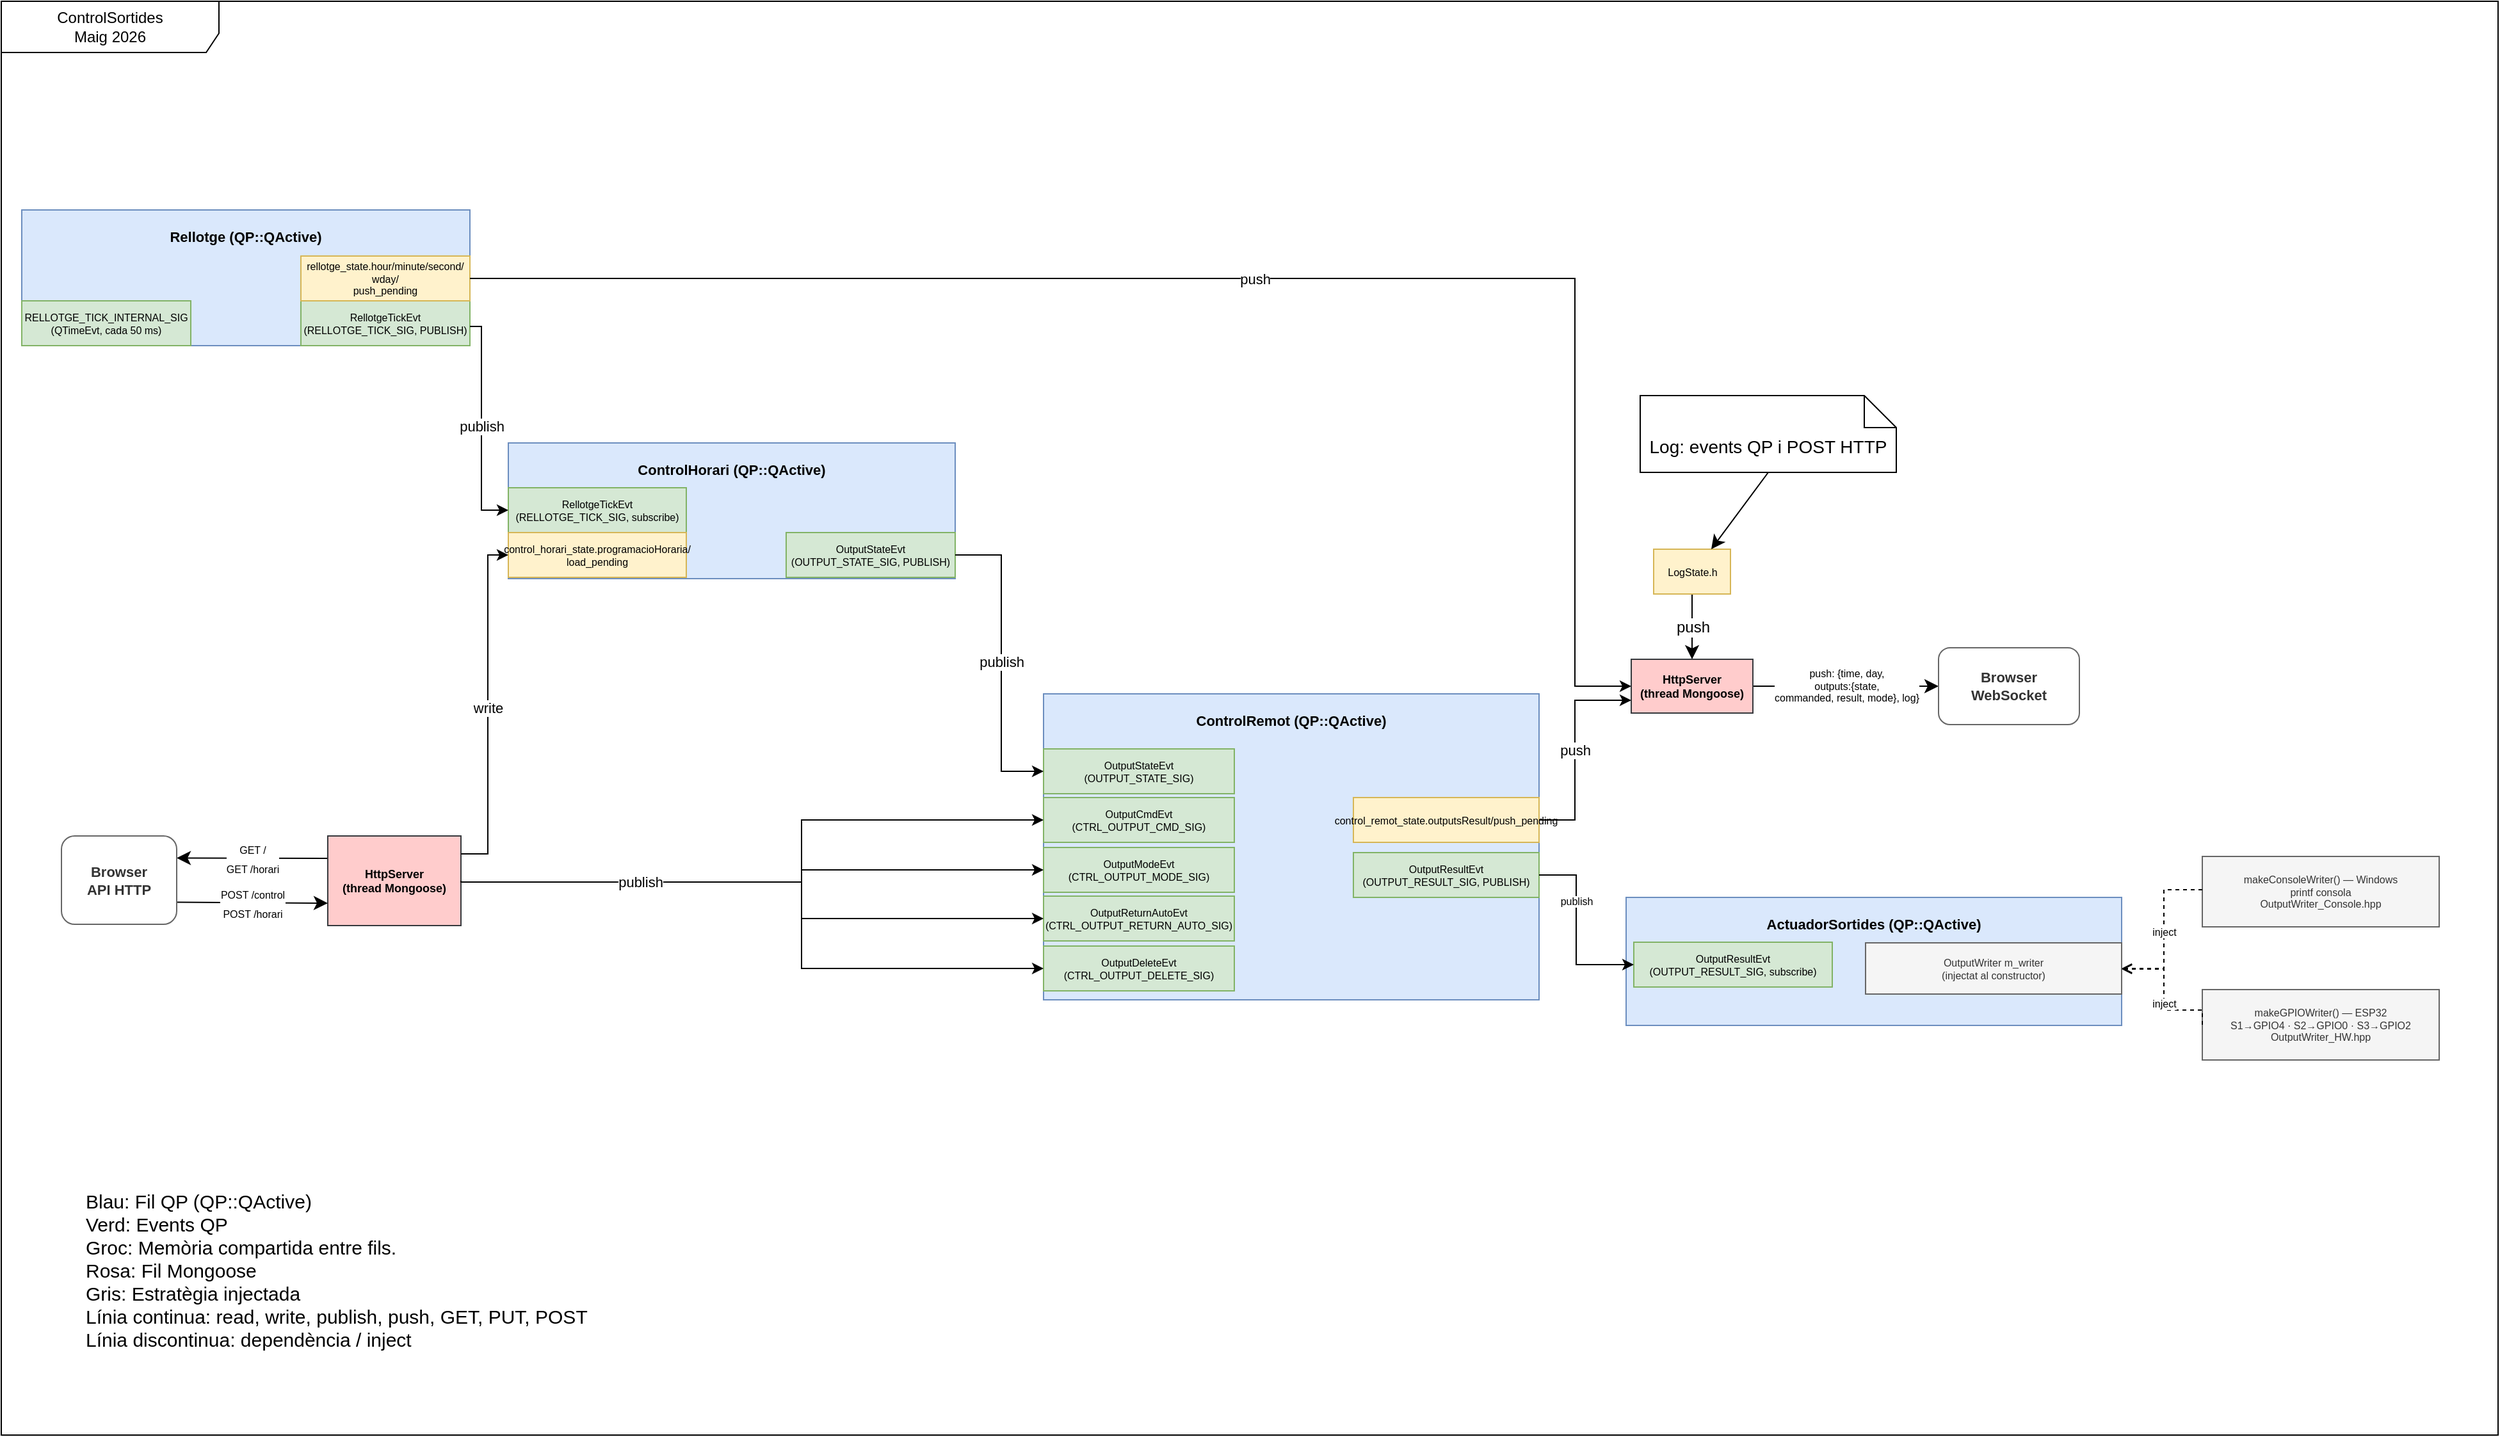
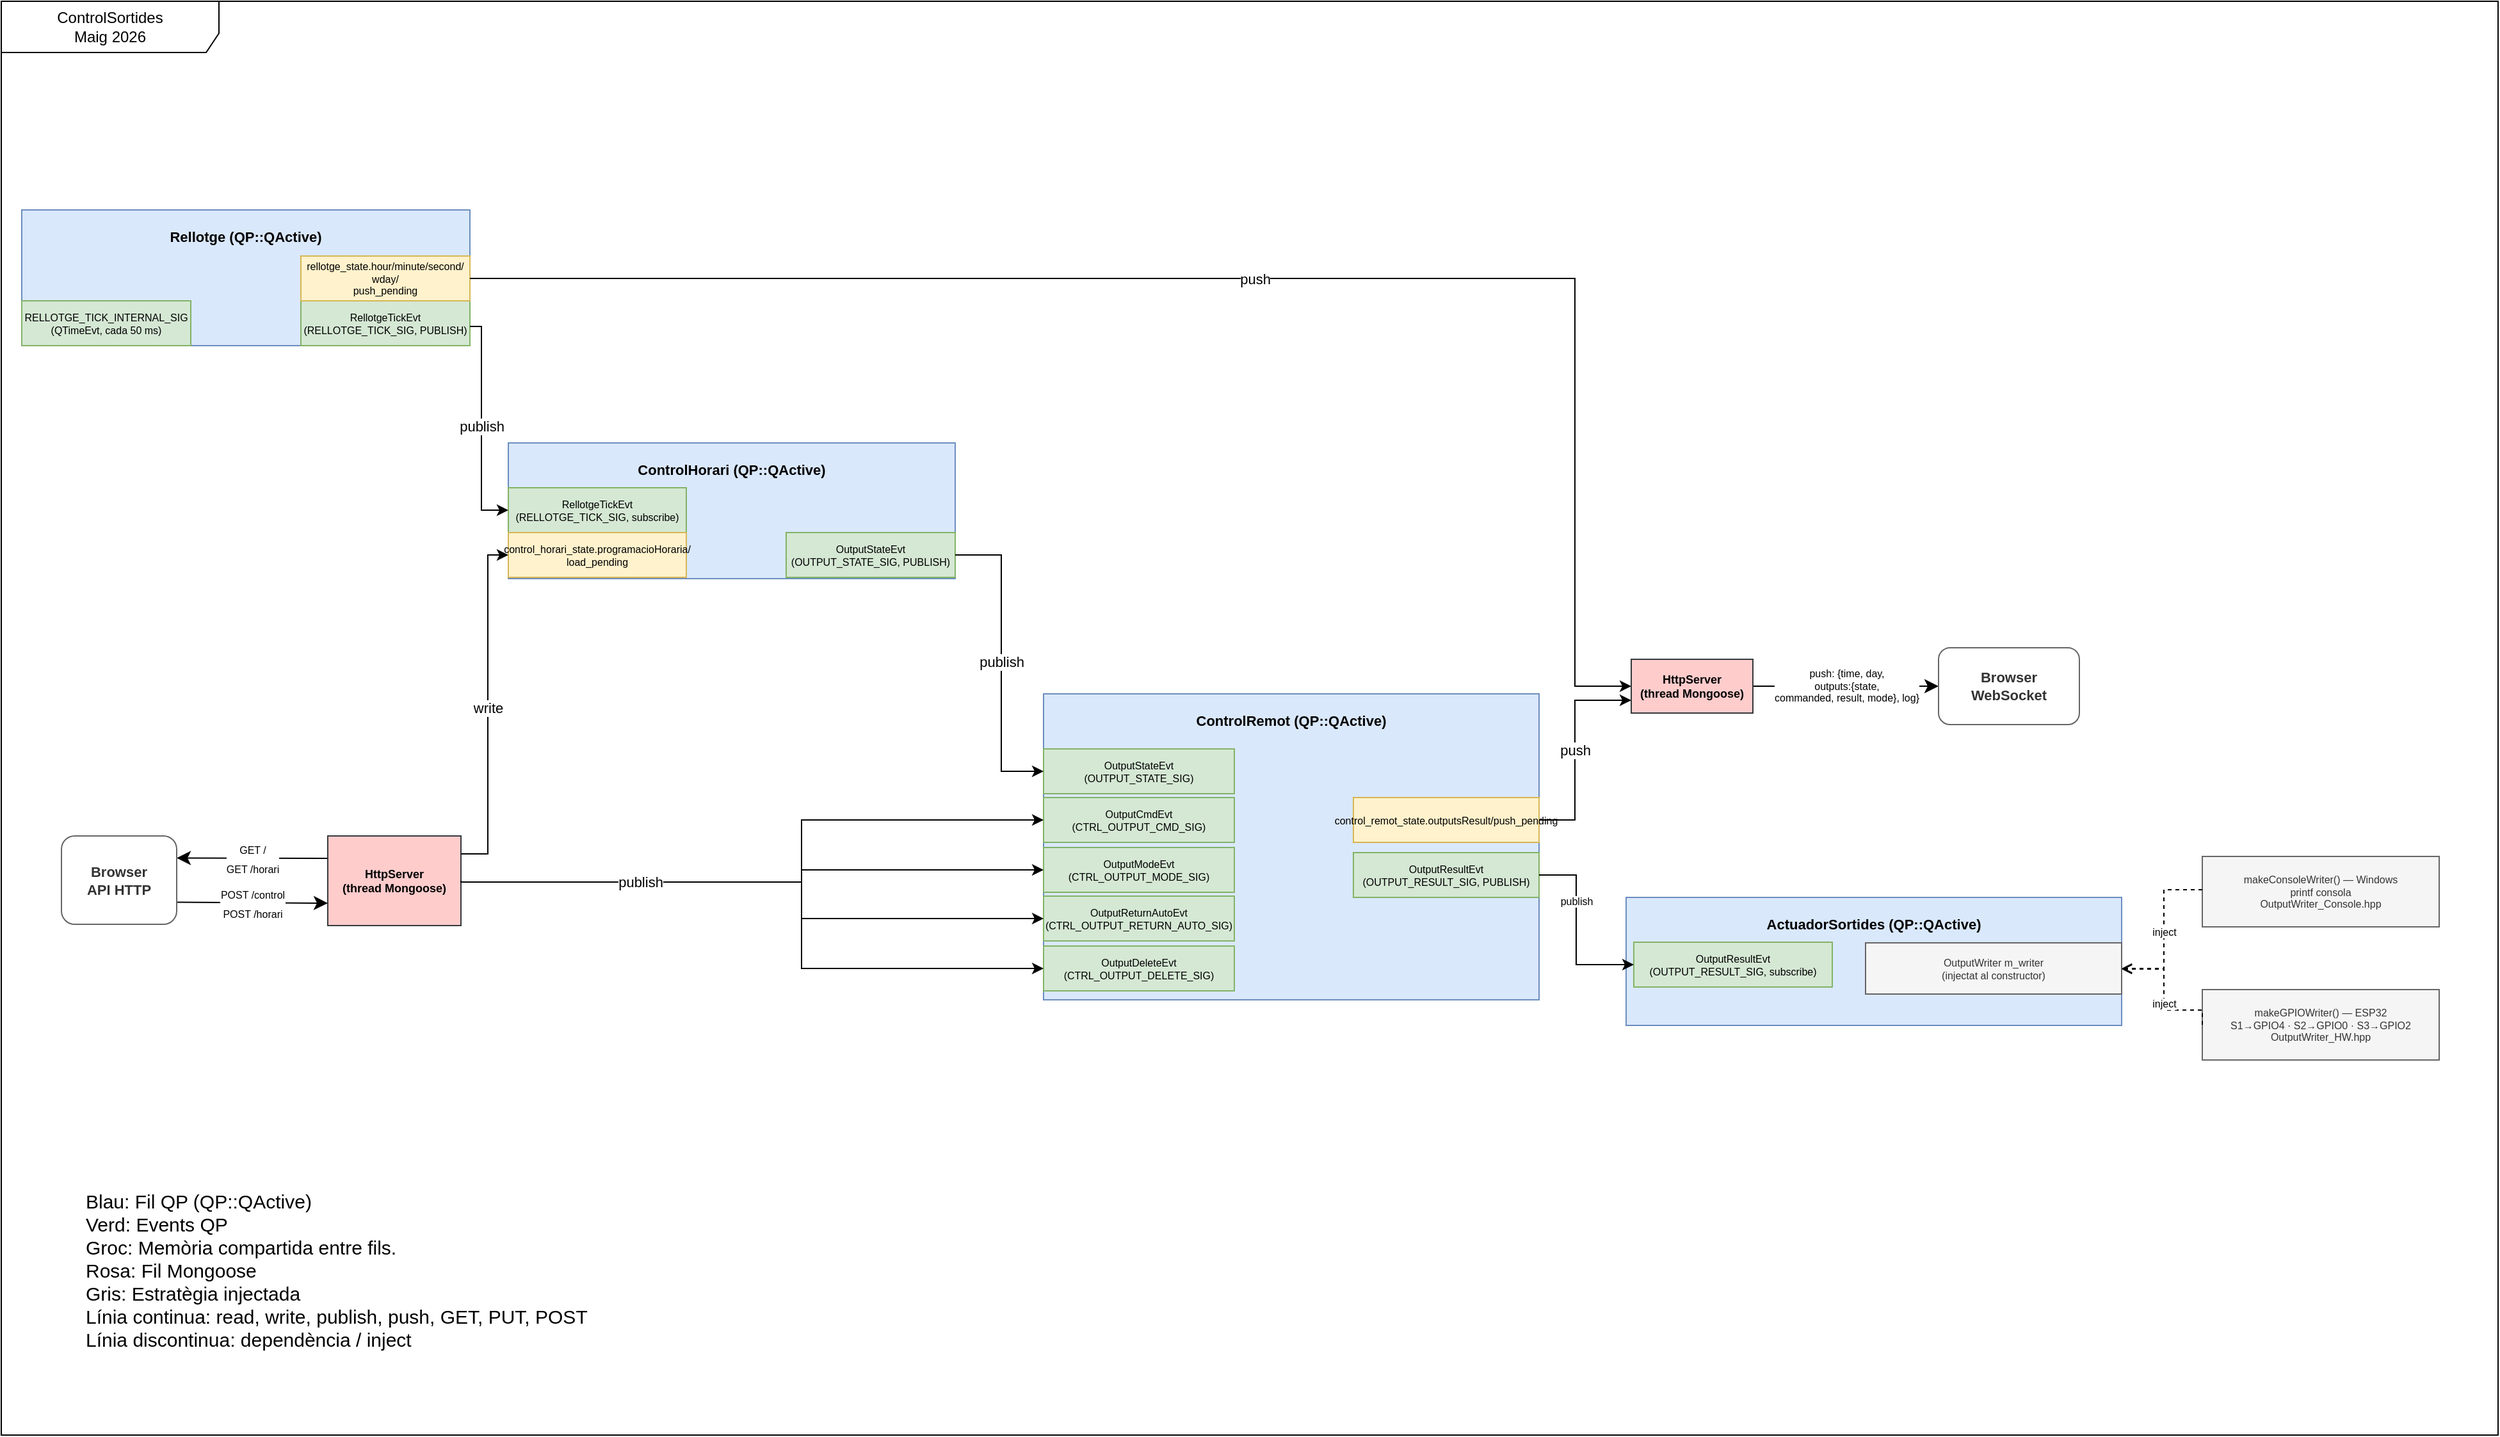
<mxfile host="Electron" agent="Mozilla/5.0 (Windows NT 10.0; Win64; x64) AppleWebKit/537.36 (KHTML, like Gecko) draw.io/28.2.8 Chrome/140.0.7339.240 Electron/38.4.0 Safari/537.36" version="28.2.8">
  <diagram name="ControlRemot" id="controlremot">
-     <mxGraphModel dx="1713" dy="1105" grid="1" gridSize="10" guides="1" tooltips="1" connect="1" arrows="1" fold="1" page="1" pageScale="1" pageWidth="2336" pageHeight="1654" math="0" shadow="0">
+     <mxGraphModel dx="1469" dy="947" grid="1" gridSize="10" guides="1" tooltips="1" connect="1" arrows="1" fold="1" page="1" pageScale="1" pageWidth="2336" pageHeight="1654" math="0" shadow="0">
      <root>
        <mxCell id="0" />
        <mxCell id="1" parent="0" />
        <mxCell id="hFHh7xch7r8VRYxtVC4N-1" value="&lt;span style=&quot;color: rgb(0, 0, 0); font-family: Helvetica; font-size: 8px; font-style: normal; font-variant-ligatures: normal; font-variant-caps: normal; font-weight: 400; letter-spacing: normal; orphans: 2; text-align: center; text-indent: 0px; text-transform: none; widows: 2; word-spacing: 0px; -webkit-text-stroke-width: 0px; white-space: nowrap; background-color: rgb(255, 255, 255); text-decoration-thickness: initial; text-decoration-style: initial; text-decoration-color: initial; display: inline !important; float: none;&quot;&gt;GET /&lt;/span&gt;&lt;br style=&quot;forced-color-adjust: none; color: rgb(0, 0, 0); font-family: Helvetica; font-size: 8px; font-style: normal; font-variant-ligatures: normal; font-variant-caps: normal; font-weight: 400; letter-spacing: normal; orphans: 2; text-align: center; text-indent: 0px; text-transform: none; widows: 2; word-spacing: 0px; -webkit-text-stroke-width: 0px; white-space: nowrap; text-decoration-thickness: initial; text-decoration-style: initial; text-decoration-color: initial;&quot;&gt;&lt;span style=&quot;color: rgb(0, 0, 0); font-family: Helvetica; font-size: 8px; font-style: normal; font-variant-ligatures: normal; font-variant-caps: normal; font-weight: 400; letter-spacing: normal; orphans: 2; text-align: center; text-indent: 0px; text-transform: none; widows: 2; word-spacing: 0px; -webkit-text-stroke-width: 0px; white-space: nowrap; background-color: rgb(255, 255, 255); text-decoration-thickness: initial; text-decoration-style: initial; text-decoration-color: initial; display: inline !important; float: none;&quot;&gt;GET /horari&lt;/span&gt;" style="edgeStyle=none;curved=1;rounded=0;orthogonalLoop=1;jettySize=auto;html=1;exitX=0;exitY=0.25;exitDx=0;exitDy=0;entryX=1;entryY=0.25;entryDx=0;entryDy=0;fontSize=12;startSize=8;endSize=8;" parent="1" source="http" target="nPEGExYc4R3wSkc33mew-3" edge="1">
          <mxGeometry relative="1" as="geometry" />
        </mxCell>
        <mxCell id="http" value="HttpServer&#xa;(thread Mongoose)" style="rounded=0;whiteSpace=wrap;html=1;fillColor=#ffcccc;strokeColor=#36393d;fontSize=9;fontStyle=1" parent="1" vertex="1">
          <mxGeometry x="435" y="806" width="104" height="70" as="geometry" />
        </mxCell>
        <mxCell id="nPEGExYc4R3wSkc33mew-6" value="push: {time, day,&lt;br&gt;outputs:{state,&lt;br&gt;commanded, result, mode}, log}" style="edgeStyle=none;curved=1;rounded=0;orthogonalLoop=1;jettySize=auto;html=1;exitX=1;exitY=0.5;exitDx=0;exitDy=0;fontSize=8;startSize=8;endSize=8;startArrow=none;startFill=0;" parent="1" source="ws" target="nPEGExYc4R3wSkc33mew-5" edge="1">
          <mxGeometry relative="1" as="geometry" />
        </mxCell>
        <mxCell id="ws" value="HttpServer&lt;br&gt;(thread Mongoose)" style="rounded=0;whiteSpace=wrap;html=1;fillColor=#ffcccc;strokeColor=#36393d;fontSize=9;fontStyle=1" parent="1" vertex="1">
          <mxGeometry x="1453" y="668" width="95" height="42" as="geometry" />
        </mxCell>
        <mxCell id="ch" value="ControlHorari (QP::QActive)" style="rounded=0;whiteSpace=wrap;html=1;fillColor=#dae8fc;strokeColor=#6c8ebf;fontSize=11;fontStyle=1;verticalAlign=top;spacingTop=8" parent="1" vertex="1">
          <mxGeometry x="576" y="499" width="349" height="106" as="geometry" />
        </mxCell>
        <mxCell id="ch_tick" value="RellotgeTickEvt&#xa;(RELLOTGE_TICK_SIG, subscribe)" style="rounded=0;whiteSpace=wrap;html=1;fillColor=#d5e8d4;strokeColor=#82b366;fontSize=8" parent="1" vertex="1">
          <mxGeometry x="576" y="534" width="139" height="35" as="geometry" />
        </mxCell>
        <mxCell id="ch_reload" value="control_horari_state.programacioHoraria/&lt;div&gt;load_pending&lt;/div&gt;" style="rounded=0;whiteSpace=wrap;html=1;fillColor=#fff2cc;strokeColor=#d6b656;fontSize=8" parent="1" vertex="1">
          <mxGeometry x="576" y="569" width="139" height="35" as="geometry" />
        </mxCell>
        <mxCell id="ch_out_io" value="OutputStateEvt&#xa;(OUTPUT_STATE_SIG, PUBLISH)" style="rounded=0;whiteSpace=wrap;html=1;fillColor=#d5e8d4;strokeColor=#82b366;fontSize=8" parent="1" vertex="1">
          <mxGeometry x="793" y="569" width="132" height="35" as="geometry" />
        </mxCell>
        <mxCell id="rl" value="Rellotge (QP::QActive)" style="rounded=0;whiteSpace=wrap;html=1;fillColor=#dae8fc;strokeColor=#6c8ebf;fontSize=11;fontStyle=1;verticalAlign=top;spacingTop=8" parent="1" vertex="1">
          <mxGeometry x="196" y="317" width="350" height="106" as="geometry" />
        </mxCell>
        <mxCell id="rl_tick" value="RELLOTGE_TICK_INTERNAL_SIG&#xa;(QTimeEvt, cada 50 ms)" style="rounded=0;whiteSpace=wrap;html=1;fillColor=#d5e8d4;strokeColor=#82b366;fontSize=8" parent="1" vertex="1">
          <mxGeometry x="196" y="388" width="132" height="35" as="geometry" />
        </mxCell>
        <mxCell id="rl_out_pub" value="RellotgeTickEvt&#xa;(RELLOTGE_TICK_SIG, PUBLISH)" style="rounded=0;whiteSpace=wrap;html=1;fillColor=#d5e8d4;strokeColor=#82b366;fontSize=8" parent="1" vertex="1">
          <mxGeometry x="414" y="388" width="132" height="35" as="geometry" />
        </mxCell>
        <mxCell id="rl_out_ss" value="rellotge_state.hour/minute/second/&lt;div&gt;wday/&lt;div&gt;push_pending&lt;/div&gt;&lt;/div&gt;" style="rounded=0;whiteSpace=wrap;html=1;fillColor=#fff2cc;strokeColor=#d6b656;fontSize=8" parent="1" vertex="1">
          <mxGeometry x="414" y="353" width="132" height="35" as="geometry" />
        </mxCell>
        <mxCell id="cr" value="ControlRemot (QP::QActive)" style="rounded=0;whiteSpace=wrap;html=1;fillColor=#dae8fc;strokeColor=#6c8ebf;fontSize=11;fontStyle=1;verticalAlign=top;spacingTop=8" parent="1" vertex="1">
          <mxGeometry x="994" y="695" width="387" height="239" as="geometry" />
        </mxCell>
        <mxCell id="in_io" value="OutputStateEvt&#xa;(OUTPUT_STATE_SIG)" style="rounded=0;whiteSpace=wrap;html=1;fillColor=#d5e8d4;strokeColor=#82b366;fontSize=8" parent="1" vertex="1">
          <mxGeometry x="994" y="738" width="149" height="35" as="geometry" />
        </mxCell>
        <mxCell id="in_cmd" value="OutputCmdEvt&#xa;(CTRL_OUTPUT_CMD_SIG)" style="rounded=0;whiteSpace=wrap;html=1;fillColor=#d5e8d4;strokeColor=#82b366;fontSize=8" parent="1" vertex="1">
          <mxGeometry x="994" y="776" width="149" height="35" as="geometry" />
        </mxCell>
        <mxCell id="in_mode" value="OutputModeEvt&#xa;(CTRL_OUTPUT_MODE_SIG)" style="rounded=0;whiteSpace=wrap;html=1;fillColor=#d5e8d4;strokeColor=#82b366;fontSize=8" parent="1" vertex="1">
          <mxGeometry x="994" y="815" width="149" height="35" as="geometry" />
        </mxCell>
        <mxCell id="in_ret" value="OutputReturnAutoEvt&#xa;(CTRL_OUTPUT_RETURN_AUTO_SIG)" style="rounded=0;whiteSpace=wrap;html=1;fillColor=#d5e8d4;strokeColor=#82b366;fontSize=8" parent="1" vertex="1">
          <mxGeometry x="994" y="853" width="149" height="35" as="geometry" />
        </mxCell>
        <mxCell id="in_del" value="OutputDeleteEvt&#xa;(CTRL_OUTPUT_DELETE_SIG)" style="rounded=0;whiteSpace=wrap;html=1;fillColor=#d5e8d4;strokeColor=#82b366;fontSize=8" parent="1" vertex="1">
          <mxGeometry x="994" y="892" width="149" height="35" as="geometry" />
        </mxCell>
        <mxCell id="out_pub" value="OutputResultEvt&#xa;(OUTPUT_RESULT_SIG, PUBLISH)" style="rounded=0;whiteSpace=wrap;html=1;fillColor=#d5e8d4;strokeColor=#82b366;fontSize=8" parent="1" vertex="1">
          <mxGeometry x="1236" y="819" width="145" height="35" as="geometry" />
        </mxCell>
        <mxCell id="out_ss" value="control_remot_state.outputsResult/push_pending" style="rounded=0;whiteSpace=wrap;html=1;fillColor=#fff2cc;strokeColor=#d6b656;fontSize=8" parent="1" vertex="1">
          <mxGeometry x="1236" y="776" width="145" height="35" as="geometry" />
        </mxCell>
        <mxCell id="e1" style="edgeStyle=orthogonalEdgeStyle;rounded=0;html=1;exitX=1;exitY=0.5;entryX=0;entryY=0.5" parent="1" source="http" target="in_cmd" edge="1">
          <mxGeometry relative="1" as="geometry">
            <Array as="points">
              <mxPoint x="805" y="842" />
              <mxPoint x="805" y="794" />
            </Array>
          </mxGeometry>
        </mxCell>
        <mxCell id="e2" style="edgeStyle=orthogonalEdgeStyle;rounded=0;html=1;exitX=1;exitY=0.5;entryX=0;entryY=0.5" parent="1" source="http" target="in_mode" edge="1">
          <mxGeometry relative="1" as="geometry">
            <Array as="points">
              <mxPoint x="805" y="842" />
              <mxPoint x="805" y="832" />
            </Array>
          </mxGeometry>
        </mxCell>
        <mxCell id="e3" style="edgeStyle=orthogonalEdgeStyle;rounded=0;html=1;exitX=1;exitY=0.5;entryX=0;entryY=0.5" parent="1" source="http" target="in_ret" edge="1">
          <mxGeometry relative="1" as="geometry">
            <Array as="points">
              <mxPoint x="539" y="842" />
              <mxPoint x="805" y="842" />
              <mxPoint x="805" y="871" />
            </Array>
          </mxGeometry>
        </mxCell>
        <mxCell id="e4" value="publish" style="edgeStyle=orthogonalEdgeStyle;rounded=0;html=1;exitX=1;exitY=0.5;entryX=0;entryY=0.5" parent="1" source="http" target="in_del" edge="1">
          <mxGeometry x="-0.4614" relative="1" as="geometry">
            <Array as="points">
              <mxPoint x="539" y="842" />
              <mxPoint x="805" y="842" />
              <mxPoint x="805" y="909" />
            </Array>
            <mxPoint as="offset" />
          </mxGeometry>
        </mxCell>
        <mxCell id="e5" value="push" style="edgeStyle=orthogonalEdgeStyle;rounded=0;html=1;exitX=1;exitY=0.5;entryX=0;entryY=0.75;entryDx=0;entryDy=0;" parent="1" source="out_ss" target="ws" edge="1">
          <mxGeometry relative="1" as="geometry">
            <Array as="points">
              <mxPoint x="1409" y="794" />
              <mxPoint x="1409" y="700" />
              <mxPoint x="1453" y="700" />
            </Array>
          </mxGeometry>
        </mxCell>
        <mxCell id="e6" value="write" style="edgeStyle=orthogonalEdgeStyle;rounded=0;html=1;exitX=1;exitY=0.2;entryX=0;entryY=0.5" parent="1" source="http" target="ch_reload" edge="1">
          <mxGeometry relative="1" as="geometry">
            <Array as="points">
              <mxPoint x="560" y="820" />
              <mxPoint x="560" y="587" />
            </Array>
          </mxGeometry>
        </mxCell>
        <mxCell id="e7" value="publish" style="edgeStyle=orthogonalEdgeStyle;rounded=0;html=1;exitX=1;exitY=0.5;entryX=0;entryY=0.5;entryDx=0;entryDy=0;" parent="1" source="ch_out_io" target="in_io" edge="1">
          <mxGeometry relative="1" as="geometry">
            <Array as="points">
              <mxPoint x="961" y="587" />
              <mxPoint x="961" y="755" />
            </Array>
          </mxGeometry>
        </mxCell>
        <mxCell id="e10" value="publish" style="edgeStyle=orthogonalEdgeStyle;rounded=0;html=1;entryX=0;entryY=0.5;entryDx=0;entryDy=0;" parent="1" source="rl_out_pub" target="ch_tick" edge="1">
          <mxGeometry relative="1" as="geometry">
            <Array as="points">
              <mxPoint x="555" y="408" />
              <mxPoint x="555" y="552" />
            </Array>
          </mxGeometry>
        </mxCell>
        <mxCell id="e8" value="push" style="edgeStyle=orthogonalEdgeStyle;rounded=0;html=1;exitX=1;exitY=0.5;entryX=0;entryY=0.5;entryDx=0;entryDy=0;" parent="1" source="rl_out_ss" target="ws" edge="1">
          <mxGeometry relative="1" as="geometry">
            <Array as="points">
              <mxPoint x="1409" y="371" />
              <mxPoint x="1409" y="689" />
            </Array>
          </mxGeometry>
        </mxCell>
        <mxCell id="hFHh7xch7r8VRYxtVC4N-2" value="&lt;span style=&quot;color: rgb(0, 0, 0); font-family: Helvetica; font-size: 8px; font-style: normal; font-variant-ligatures: normal; font-variant-caps: normal; font-weight: 400; letter-spacing: normal; orphans: 2; text-align: center; text-indent: 0px; text-transform: none; widows: 2; word-spacing: 0px; -webkit-text-stroke-width: 0px; white-space: nowrap; background-color: rgb(255, 255, 255); text-decoration-thickness: initial; text-decoration-style: initial; text-decoration-color: initial; display: inline !important; float: none;&quot;&gt;POST /control&lt;/span&gt;&lt;div&gt;&lt;span style=&quot;font-size: 8px;&quot;&gt;POST /horari&lt;/span&gt;&lt;/div&gt;" style="edgeStyle=none;curved=1;rounded=0;orthogonalLoop=1;jettySize=auto;html=1;exitX=1;exitY=0.75;exitDx=0;exitDy=0;entryX=0;entryY=0.75;entryDx=0;entryDy=0;fontSize=12;startSize=8;endSize=8;" parent="1" source="nPEGExYc4R3wSkc33mew-3" target="http" edge="1">
          <mxGeometry relative="1" as="geometry" />
        </mxCell>
        <mxCell id="nPEGExYc4R3wSkc33mew-3" value="&lt;b&gt;Browser&lt;/b&gt;&lt;div&gt;&lt;b&gt;API HTTP&lt;/b&gt;&lt;/div&gt;" style="rounded=1;whiteSpace=wrap;html=1;fillColor=#ffffff;strokeColor=#666666;fontColor=#333333;fontSize=11;" parent="1" vertex="1">
          <mxGeometry x="227" y="806" width="90" height="69" as="geometry" />
        </mxCell>
        <mxCell id="nPEGExYc4R3wSkc33mew-5" value="&lt;b&gt;Browser&lt;/b&gt;&lt;div&gt;&lt;b&gt;WebSocket&lt;/b&gt;&lt;/div&gt;" style="rounded=1;whiteSpace=wrap;html=1;fillColor=#ffffff;strokeColor=#666666;fontColor=#333333;fontSize=11;" parent="1" vertex="1">
          <mxGeometry x="1693" y="659" width="110" height="60" as="geometry" />
        </mxCell>
-         <mxCell id="jaKRlGInz0ltfFADGkvu-2" value="push" style="edgeStyle=none;curved=1;rounded=0;orthogonalLoop=1;jettySize=auto;html=1;exitX=0.5;exitY=1;exitDx=0;exitDy=0;entryX=0.5;entryY=0;entryDx=0;entryDy=0;fontSize=12;startSize=8;endSize=8;" parent="1" source="jaKRlGInz0ltfFADGkvu-1" target="ws" edge="1">
-           <mxGeometry relative="1" as="geometry" />
-         </mxCell>
-         <mxCell id="jaKRlGInz0ltfFADGkvu-1" value="LogState.h" style="rounded=0;whiteSpace=wrap;html=1;fillColor=#fff2cc;strokeColor=#d6b656;fontSize=8" parent="1" vertex="1">
-           <mxGeometry x="1470.5" y="582" width="60" height="35" as="geometry" />
-         </mxCell>
-         <mxCell id="jaKRlGInz0ltfFADGkvu-4" style="edgeStyle=none;curved=1;rounded=0;orthogonalLoop=1;jettySize=auto;html=1;exitX=0.5;exitY=1;exitDx=0;exitDy=0;exitPerimeter=0;entryX=0.75;entryY=0;entryDx=0;entryDy=0;fontSize=12;startSize=8;endSize=8;" parent="1" source="jaKRlGInz0ltfFADGkvu-3" target="jaKRlGInz0ltfFADGkvu-1" edge="1">
-           <mxGeometry relative="1" as="geometry" />
-         </mxCell>
-         <mxCell id="jaKRlGInz0ltfFADGkvu-3" value="&lt;font style=&quot;font-size: 14px;&quot;&gt;Log: events QP i POST HTTP&lt;/font&gt;" style="shape=note2;boundedLbl=1;whiteSpace=wrap;html=1;size=25;verticalAlign=top;align=center;" parent="1" vertex="1">
-           <mxGeometry x="1460" y="462" width="200" height="60" as="geometry" />
-         </mxCell>
        <mxCell id="jaKRlGInz0ltfFADGkvu-5" value="ControlSortides&lt;div&gt;Maig 2026&lt;/div&gt;" style="shape=umlFrame;whiteSpace=wrap;html=1;pointerEvents=0;recursiveResize=0;container=1;collapsible=0;width=170;height=40;" parent="1" vertex="1">
          <mxGeometry x="180" y="154" width="1950" height="1120" as="geometry" />
        </mxCell>
-         <mxCell id="IJb5zE0oGNF-HTFJebx6-1" value="&lt;div&gt;&lt;font style=&quot;font-size: 15px;&quot;&gt;Blau: Fil QP (QP::QActive)&lt;/font&gt;&lt;/div&gt;&lt;div&gt;&lt;font style=&quot;font-size: 15px;&quot;&gt;Verd: Events QP&lt;/font&gt;&lt;/div&gt;&lt;div&gt;&lt;span style=&quot;font-size: 15px;&quot;&gt;Groc: Memòria compartida entre fils.&lt;/span&gt;&lt;/div&gt;&lt;div&gt;&lt;font style=&quot;font-size: 15px;&quot;&gt;Rosa: Fil Mongoose&lt;/font&gt;&lt;/div&gt;&lt;div&gt;&lt;font style=&quot;font-size: 15px;&quot;&gt;Gris: Estratègia injectada&lt;/font&gt;&lt;/div&gt;&lt;div&gt;&lt;font style=&quot;font-size: 15px;&quot;&gt;Línia continua: read, write, publish, push, GET, PUT, POST&lt;/font&gt;&lt;/div&gt;&lt;div&gt;&lt;font style=&quot;font-size: 15px;&quot;&gt;Línia discontinua: dependència / inject&lt;/font&gt;&lt;/div&gt;" style="text;strokeColor=none;fillColor=none;align=left;verticalAlign=middle;spacingLeft=4;spacingRight=4;overflow=hidden;whiteSpace=wrap;html=1;" vertex="1" parent="jaKRlGInz0ltfFADGkvu-5">
+         <mxCell id="IJb5zE0oGNF-HTFJebx6-1" value="&lt;div&gt;&lt;font style=&quot;font-size: 15px;&quot;&gt;Blau: Fil QP (QP::QActive)&lt;/font&gt;&lt;/div&gt;&lt;div&gt;&lt;font style=&quot;font-size: 15px;&quot;&gt;Verd: Events QP&lt;/font&gt;&lt;/div&gt;&lt;div&gt;&lt;span style=&quot;font-size: 15px;&quot;&gt;Groc: Memòria compartida entre fils.&lt;/span&gt;&lt;/div&gt;&lt;div&gt;&lt;font style=&quot;font-size: 15px;&quot;&gt;Rosa: Fil Mongoose&lt;/font&gt;&lt;/div&gt;&lt;div&gt;&lt;font style=&quot;font-size: 15px;&quot;&gt;Gris: Estratègia injectada&lt;/font&gt;&lt;/div&gt;&lt;div&gt;&lt;font style=&quot;font-size: 15px;&quot;&gt;Línia continua: read, write, publish, push, GET, PUT, POST&lt;/font&gt;&lt;/div&gt;&lt;div&gt;&lt;font style=&quot;font-size: 15px;&quot;&gt;Línia discontinua: dependència / inject&lt;/font&gt;&lt;/div&gt;" style="text;strokeColor=none;fillColor=none;align=left;verticalAlign=middle;spacingLeft=4;spacingRight=4;overflow=hidden;whiteSpace=wrap;html=1;" parent="jaKRlGInz0ltfFADGkvu-5" vertex="1">
          <mxGeometry x="60" y="926" width="430" height="130" as="geometry" />
        </mxCell>
        <mxCell id="as" value="ActuadorSortides (QP::QActive)" style="rounded=0;whiteSpace=wrap;html=1;fillColor=#dae8fc;strokeColor=#6c8ebf;fontSize=11;fontStyle=1;verticalAlign=top;spacingTop=8" parent="1" vertex="1">
          <mxGeometry x="1449" y="854" width="387" height="100" as="geometry" />
        </mxCell>
        <mxCell id="as_in" value="OutputResultEvt&#xa;(OUTPUT_RESULT_SIG, subscribe)" style="rounded=0;whiteSpace=wrap;html=1;fillColor=#d5e8d4;strokeColor=#82b366;fontSize=8" parent="1" vertex="1">
          <mxGeometry x="1455" y="889" width="155" height="35" as="geometry" />
        </mxCell>
        <mxCell id="as_gpio" value="OutputWriter m_writer&#xa;(injectat al constructor)" style="rounded=0;whiteSpace=wrap;html=1;fillColor=#f5f5f5;strokeColor=#666666;fontColor=#333333;fontSize=8" parent="1" vertex="1">
          <mxGeometry x="1636" y="889.5" width="200" height="40" as="geometry" />
        </mxCell>
        <mxCell id="e_as" value="publish" style="edgeStyle=orthogonalEdgeStyle;rounded=0;html=1;exitX=1;exitY=0.5;exitDx=0;exitDy=0;entryX=0;entryY=0.5;entryDx=0;entryDy=0;fontSize=8;" parent="1" source="out_pub" target="as_in" edge="1">
          <mxGeometry x="-0.3175" relative="1" as="geometry">
            <Array as="points">
              <mxPoint x="1410" y="837" />
              <mxPoint x="1410" y="907" />
            </Array>
            <mxPoint as="offset" />
          </mxGeometry>
        </mxCell>
        <mxCell id="ow_hw" value="makeGPIOWriter() — ESP32&#xa;S1→GPIO4 · S2→GPIO0 · S3→GPIO2&#xa;OutputWriter_HW.hpp" style="rounded=0;whiteSpace=wrap;html=1;fillColor=#f5f5f5;strokeColor=#666666;fontColor=#333333;fontSize=8" parent="1" vertex="1">
          <mxGeometry x="1899" y="926" width="185" height="55" as="geometry" />
        </mxCell>
        <mxCell id="ow_console" value="makeConsoleWriter() — Windows&#xa;printf consola&#xa;OutputWriter_Console.hpp" style="rounded=0;whiteSpace=wrap;html=1;fillColor=#f5f5f5;strokeColor=#666666;fontColor=#333333;fontSize=8" parent="1" vertex="1">
          <mxGeometry x="1899" y="822" width="185" height="55" as="geometry" />
        </mxCell>
        <mxCell id="e_ow_hw" value="inject" style="edgeStyle=orthogonalEdgeStyle;rounded=0;html=1;exitX=0;exitY=0.5;exitDx=0;exitDy=0;entryX=1;entryY=0.5;entryDx=0;entryDy=0;fontSize=8;dashed=1;endArrow=open;endFill=0;" parent="1" source="ow_hw" target="as_gpio" edge="1">
          <mxGeometry x="-0.1192" relative="1" as="geometry">
            <Array as="points">
              <mxPoint x="1889" y="942" />
              <mxPoint x="1869" y="942" />
              <mxPoint x="1869" y="902" />
            </Array>
            <mxPoint as="offset" />
          </mxGeometry>
        </mxCell>
        <mxCell id="e_ow_con" value="inject" style="edgeStyle=orthogonalEdgeStyle;rounded=0;html=1;entryX=1;entryY=0.5;entryDx=0;entryDy=0;fontSize=8;dashed=1;endArrow=open;endFill=0;" parent="1" source="ow_console" target="as_gpio" edge="1">
          <mxGeometry relative="1" as="geometry">
            <Array as="points">
              <mxPoint x="1869" y="848" />
              <mxPoint x="1869" y="910" />
              <mxPoint x="1836" y="910" />
            </Array>
          </mxGeometry>
        </mxCell>
      </root>
    </mxGraphModel>
  </diagram>
</mxfile>
